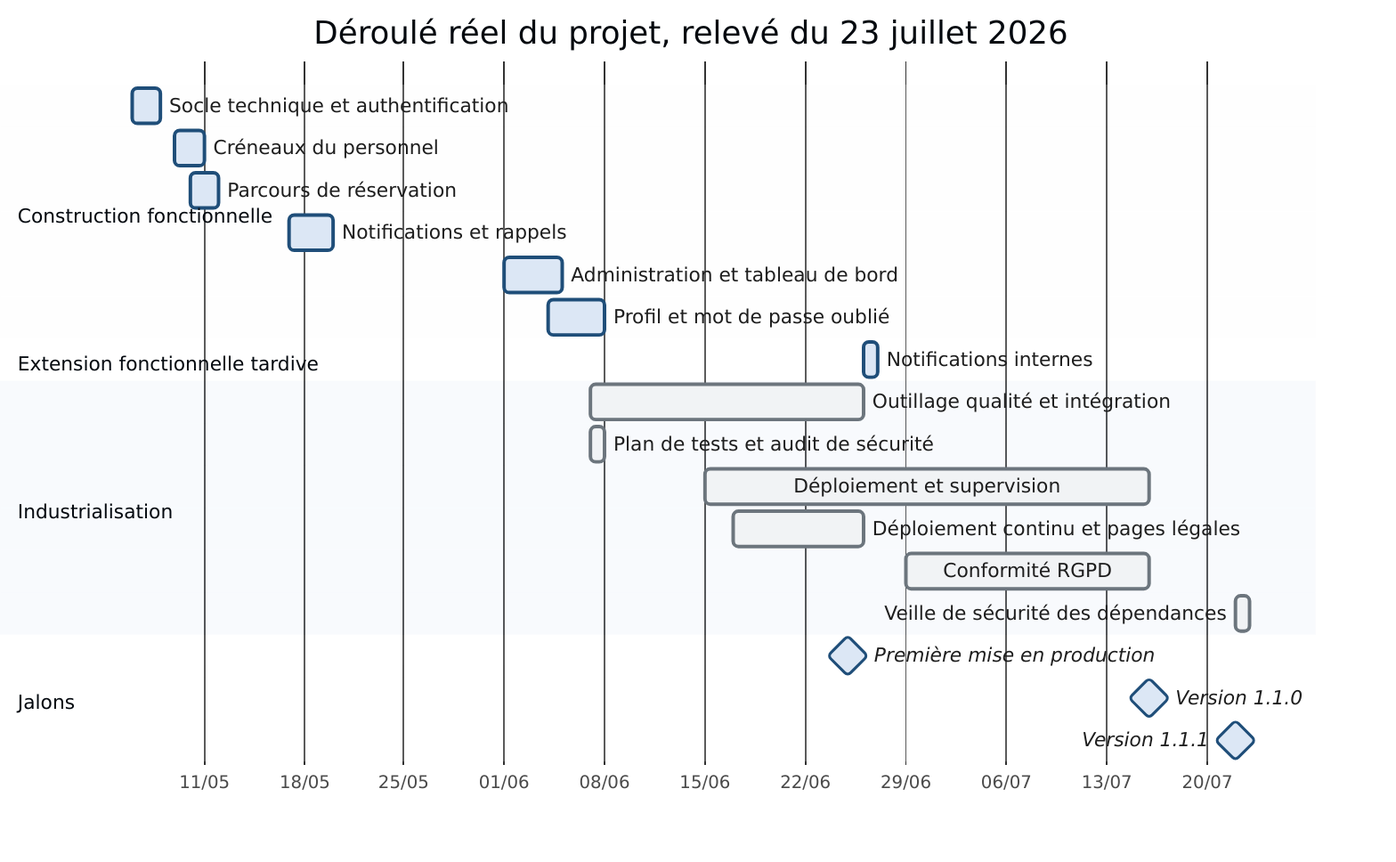
sgahovey/creaslot keeps this Mermaid diagram as docs/realisation/diagrammes/gantt-reel.png. Above is the earlier version. Its source is kept beside it as docs/realisation/diagrammes/gantt-reel.mermaid.
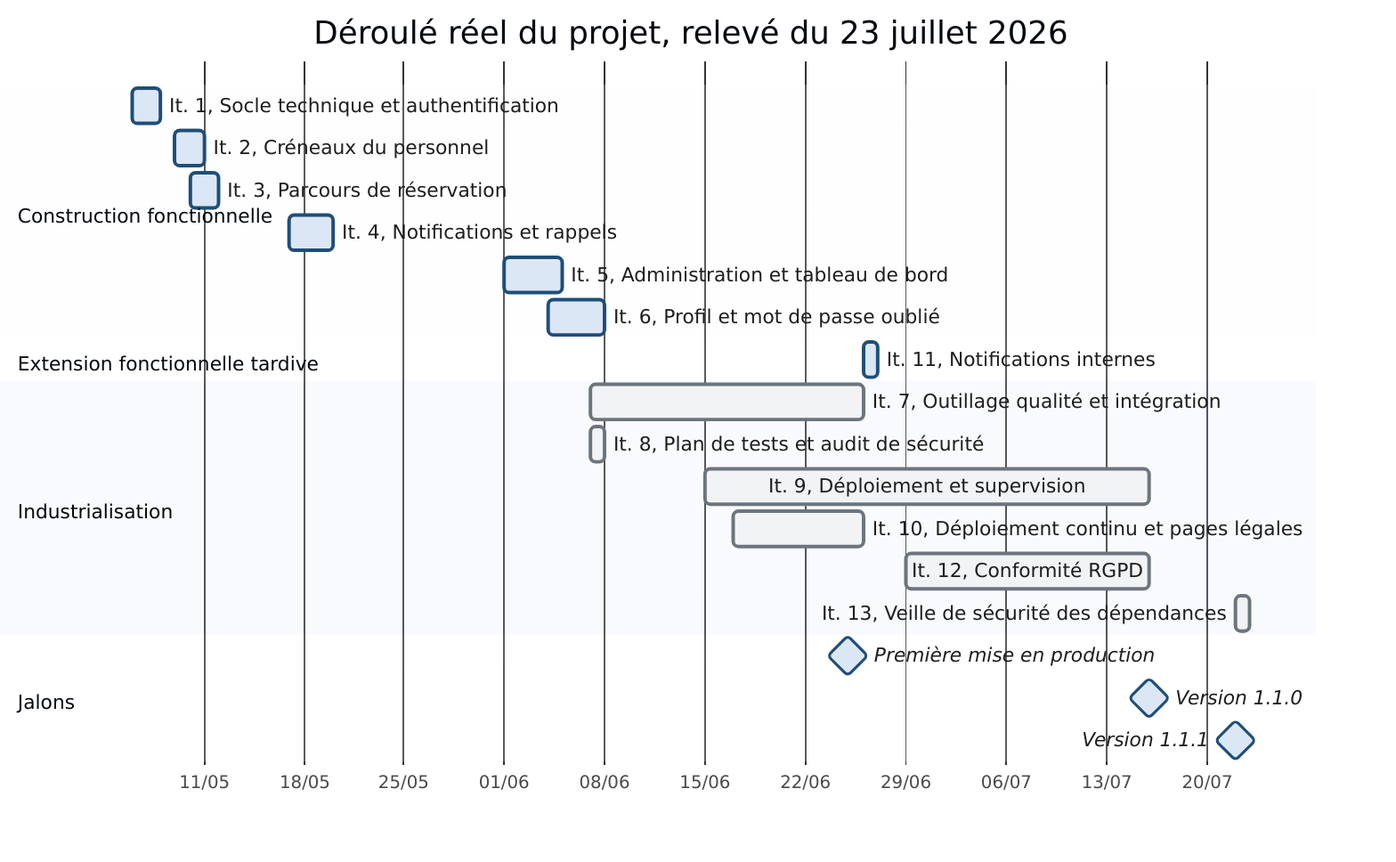
The same diagram one commit later.

What changed in the source:
```diff
@@ -26,23 +26,23 @@
     weekday monday
 
     section Construction fonctionnelle
-    Socle technique et authentification   :a1, 2026-05-06, 2d
-    Créneaux du personnel                 :a2, 2026-05-09, 2d
-    Parcours de réservation               :a3, 2026-05-10, 2d
-    Notifications et rappels              :a4, 2026-05-17, 3d
-    Administration et tableau de bord     :a5, 2026-06-01, 4d
-    Profil et mot de passe oublié         :a6, 2026-06-04, 4d
+    It. 1, Socle technique et authentification   :a1, 2026-05-06, 2d
+    It. 2, Créneaux du personnel                 :a2, 2026-05-09, 2d
+    It. 3, Parcours de réservation               :a3, 2026-05-10, 2d
+    It. 4, Notifications et rappels              :a4, 2026-05-17, 3d
+    It. 5, Administration et tableau de bord     :a5, 2026-06-01, 4d
+    It. 6, Profil et mot de passe oublié         :a6, 2026-06-04, 4d
 
     section Extension fonctionnelle tardive
-    Notifications internes                :a7, 2026-06-26, 1d
+    It. 11, Notifications internes               :a7, 2026-06-26, 1d
 
     section Industrialisation
-    Outillage qualité et intégration      :done, b1, 2026-06-07, 19d
-    Plan de tests et audit de sécurité    :done, b2, 2026-06-07, 1d
-    Déploiement et supervision            :done, b3, 2026-06-15, 31d
-    Déploiement continu et pages légales  :done, b4, 2026-06-17, 9d
-    Conformité RGPD                       :done, b5, 2026-06-29, 17d
-    Veille de sécurité des dépendances    :done, b6, 2026-07-22, 1d
+    It. 7, Outillage qualité et intégration      :done, b1, 2026-06-07, 19d
+    It. 8, Plan de tests et audit de sécurité    :done, b2, 2026-06-07, 1d
+    It. 9, Déploiement et supervision            :done, b3, 2026-06-15, 31d
+    It. 10, Déploiement continu et pages légales :done, b4, 2026-06-17, 9d
+    It. 12, Conformité RGPD                      :done, b5, 2026-06-29, 17d
+    It. 13, Veille de sécurité des dépendances   :done, b6, 2026-07-22, 1d
 
     section Jalons
     Première mise en production   :milestone, m1, 2026-06-25, 0d
```
